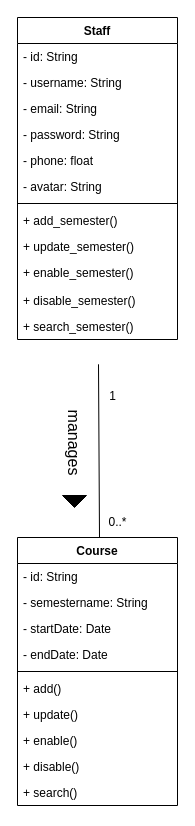
Before: page "Semester" (8 of 16) of Untitled Diagram.drawio in minhng-178/web-starter-projects, a draw.io diagram. Source tidied: cells renumbered, new cells numbered last; positions are measured from the earlier drawing's top-left corner, leaving out a move shared by most shapes. Both pictures are drawn from the tidied source at 100%, with x=0, y=0 at pixel (17, 17).
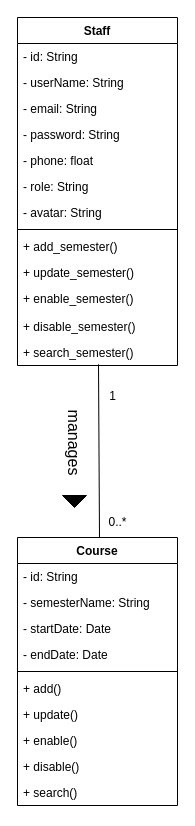
The same page after the edit.

Unchanged cells that the change refers to:
```xml
<mxCell id="20" value="Course" style="swimlane;fontStyle=1;align=center;verticalAlign=top;horizontal=1;startSize=26;whiteSpace=wrap;html=1;" parent="1" vertex="1">
  <mxGeometry y="520" width="160" height="268" as="geometry" />
</mxCell>
```

What changed in the source:
```diff
@@
     <mxCell id="2" value="Staff" style="swimlane;fontStyle=1;align=center;verticalAlign=top;horizontal=1;startSize=26;whiteSpace=wrap;html=1;" parent="1" vertex="1">
-      <mxGeometry width="160" height="322" as="geometry" />
+      <mxGeometry width="160" height="348" as="geometry" />
     </mxCell>
@@
-    <mxCell id="4" value="- username: String" style="text;strokeColor=none;fillColor=none;align=left;verticalAlign=top;spacingLeft=4;spacingRight=4;overflow=hidden;whiteSpace=wrap;html=1;" parent="2" vertex="1">
+    <mxCell id="4" value="- userName: String" style="text;strokeColor=none;fillColor=none;align=left;verticalAlign=top;spacingLeft=4;spacingRight=4;overflow=hidden;whiteSpace=wrap;html=1;" parent="2" vertex="1">
       <mxGeometry y="52" width="160" height="26" as="geometry" />
     </mxCell>
@@
+    <mxCell id="31" value="- role: String" style="text;strokeColor=none;fillColor=none;align=left;verticalAlign=top;spacingLeft=4;spacingRight=4;overflow=hidden;whiteSpace=wrap;html=1;" parent="2" vertex="1">
+      <mxGeometry y="156" width="160" height="26" as="geometry" />
+    </mxCell>
     <mxCell id="8" value="- avatar: String" style="text;strokeColor=none;fillColor=none;align=left;verticalAlign=top;spacingLeft=4;spacingRight=4;overflow=hidden;whiteSpace=wrap;html=1;" parent="2" vertex="1">
-      <mxGeometry y="156" width="160" height="26" as="geometry" />
+      <mxGeometry y="182" width="160" height="26" as="geometry" />
     </mxCell>
     <mxCell id="9" style="line;strokeWidth=1;fillColor=none;align=left;verticalAlign=middle;spacingTop=-1;spacingLeft=3;spacingRight=3;labelPosition=right;strokeColor=inherit;" parent="2" vertex="1">
-      <mxGeometry y="182" width="160" height="8" as="geometry" />
+      <mxGeometry y="208" width="160" height="8" as="geometry" />
     </mxCell>
     <mxCell id="10" value="+ add_semester()" style="text;strokeColor=none;fillColor=none;align=left;verticalAlign=top;spacingLeft=4;spacingRight=4;overflow=hidden;whiteSpace=wrap;html=1;" parent="2" vertex="1">
-      <mxGeometry y="190" width="160" height="26" as="geometry" />
+      <mxGeometry y="216" width="160" height="26" as="geometry" />
     </mxCell>
     <mxCell id="11" value="+ update_semester()" style="text;strokeColor=none;fillColor=none;align=left;verticalAlign=top;spacingLeft=4;spacingRight=4;overflow=hidden;whiteSpace=wrap;html=1;" parent="2" vertex="1">
-      <mxGeometry y="216" width="160" height="26" as="geometry" />
+      <mxGeometry y="242" width="160" height="26" as="geometry" />
     </mxCell>
     <mxCell id="12" value="+ enable_semester()" style="text;strokeColor=none;fillColor=none;align=left;verticalAlign=top;spacingLeft=4;spacingRight=4;overflow=hidden;whiteSpace=wrap;html=1;" parent="2" vertex="1">
-      <mxGeometry y="242" width="160" height="28" as="geometry" />
+      <mxGeometry y="268" width="160" height="28" as="geometry" />
     </mxCell>
     <mxCell id="13" value="+ disable_semester()" style="text;strokeColor=none;fillColor=none;align=left;verticalAlign=top;spacingLeft=4;spacingRight=4;overflow=hidden;whiteSpace=wrap;html=1;" parent="2" vertex="1">
-      <mxGeometry y="270" width="160" height="26" as="geometry" />
+      <mxGeometry y="296" width="160" height="26" as="geometry" />
     </mxCell>
     <mxCell id="14" value="+ search_semester()" style="text;strokeColor=none;fillColor=none;align=left;verticalAlign=top;spacingLeft=4;spacingRight=4;overflow=hidden;whiteSpace=wrap;html=1;" parent="2" vertex="1">
-      <mxGeometry y="296" width="160" height="26" as="geometry" />
+      <mxGeometry y="322" width="160" height="26" as="geometry" />
     </mxCell>
@@
-    <mxCell id="22" value="- semestername: String" style="text;strokeColor=none;fillColor=none;align=left;verticalAlign=top;spacingLeft=4;spacingRight=4;overflow=hidden;whiteSpace=wrap;html=1;" parent="20" vertex="1">
+    <mxCell id="22" value="- semesterName: String" style="text;strokeColor=none;fillColor=none;align=left;verticalAlign=top;spacingLeft=4;spacingRight=4;overflow=hidden;whiteSpace=wrap;html=1;" parent="20" vertex="1">
       <mxGeometry y="52" width="160" height="26" as="geometry" />
     </mxCell>
```
